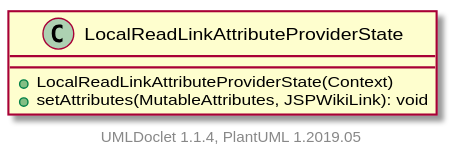
The PlantUML diagram apidocs/2.11.0.M8-SNAPSHOT/org/apache/wiki/markdown/extensions/jspwikilinks/attributeprovider/LocalReadLinkAttributeProviderState.svg in apache/jspwiki-site, before a commit.
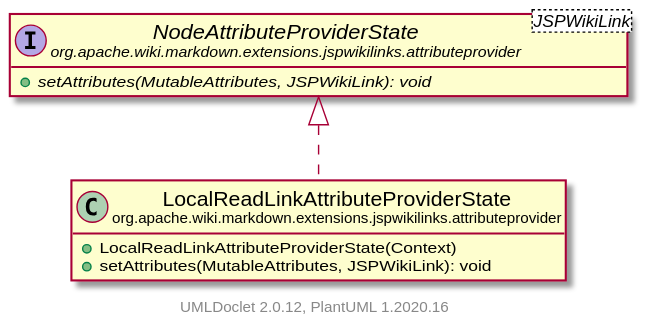
After the change.

The edit, as a diff of the source:
```diff
@@ -1,10 +1,18 @@
 @startuml
+    set namespaceSeparator none
+    hide empty fields
+    hide empty methods
 
-    class LocalReadLinkAttributeProviderState [[LocalReadLinkAttributeProviderState.html]] {
+    class "<size:14>LocalReadLinkAttributeProviderState\n<size:10>org.apache.wiki.markdown.extensions.jspwikilinks.attributeprovider" as org.apache.wiki.markdown.extensions.jspwikilinks.attributeprovider.LocalReadLinkAttributeProviderState [[LocalReadLinkAttributeProviderState.html]] {
         +LocalReadLinkAttributeProviderState(Context)
         +setAttributes(MutableAttributes, JSPWikiLink): void
     }
 
+    interface "<size:14>NodeAttributeProviderState\n<size:10>org.apache.wiki.markdown.extensions.jspwikilinks.attributeprovider" as org.apache.wiki.markdown.extensions.jspwikilinks.attributeprovider.NodeAttributeProviderState<JSPWikiLink> [[NodeAttributeProviderState.html]] {
+        {abstract} +setAttributes(MutableAttributes, JSPWikiLink): void
+    }
 
-    center footer UMLDoclet 1.1.4, PlantUML 1.2019.05
+    org.apache.wiki.markdown.extensions.jspwikilinks.attributeprovider.NodeAttributeProviderState <|.. org.apache.wiki.markdown.extensions.jspwikilinks.attributeprovider.LocalReadLinkAttributeProviderState
+
+    center footer UMLDoclet 2.0.12, PlantUML 1.2020.16
 @enduml
```
